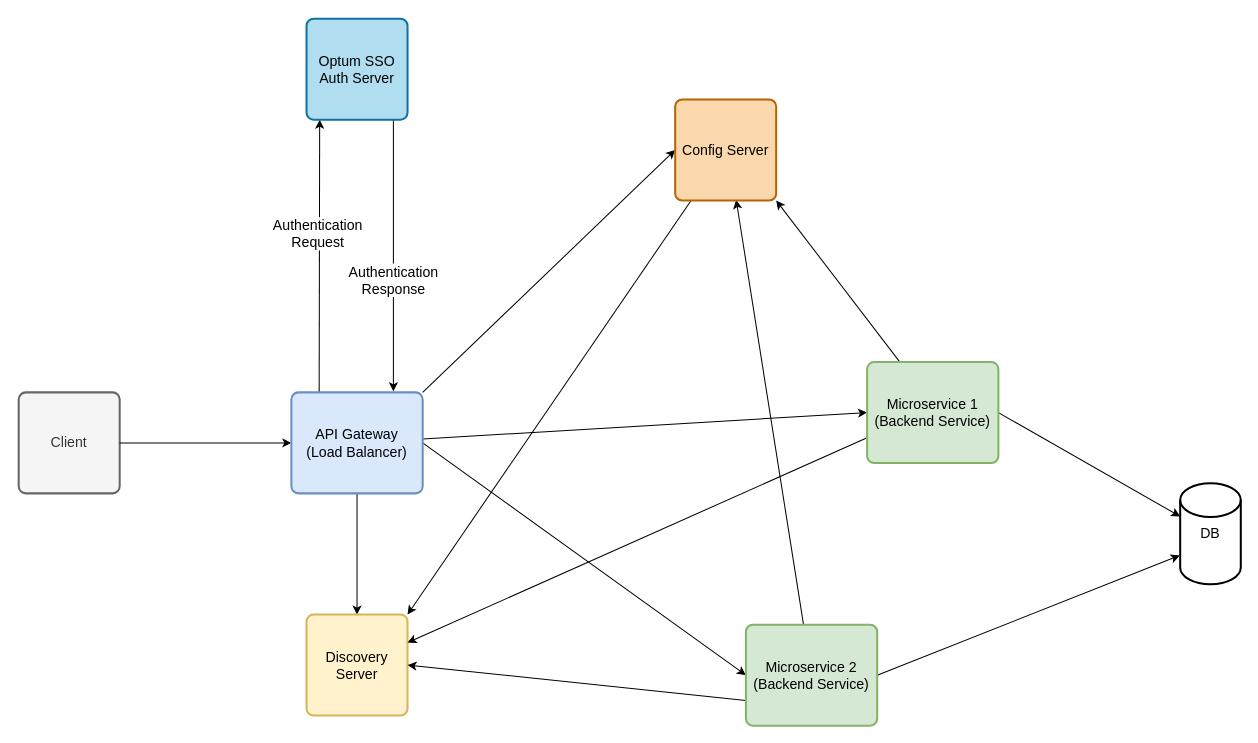
Earlier version of the draw.io diagram MicroServiceArchitecture.drawio (durgeshpatel7317/diagrams). Source tidied: cells renumbered, new cells numbered last; positions are measured from the earlier drawing's top-left corner, leaving out a move shared by most shapes. Both pictures are drawn from the tidied source at 101%, with x=0, y=0 at pixel (18, 18).
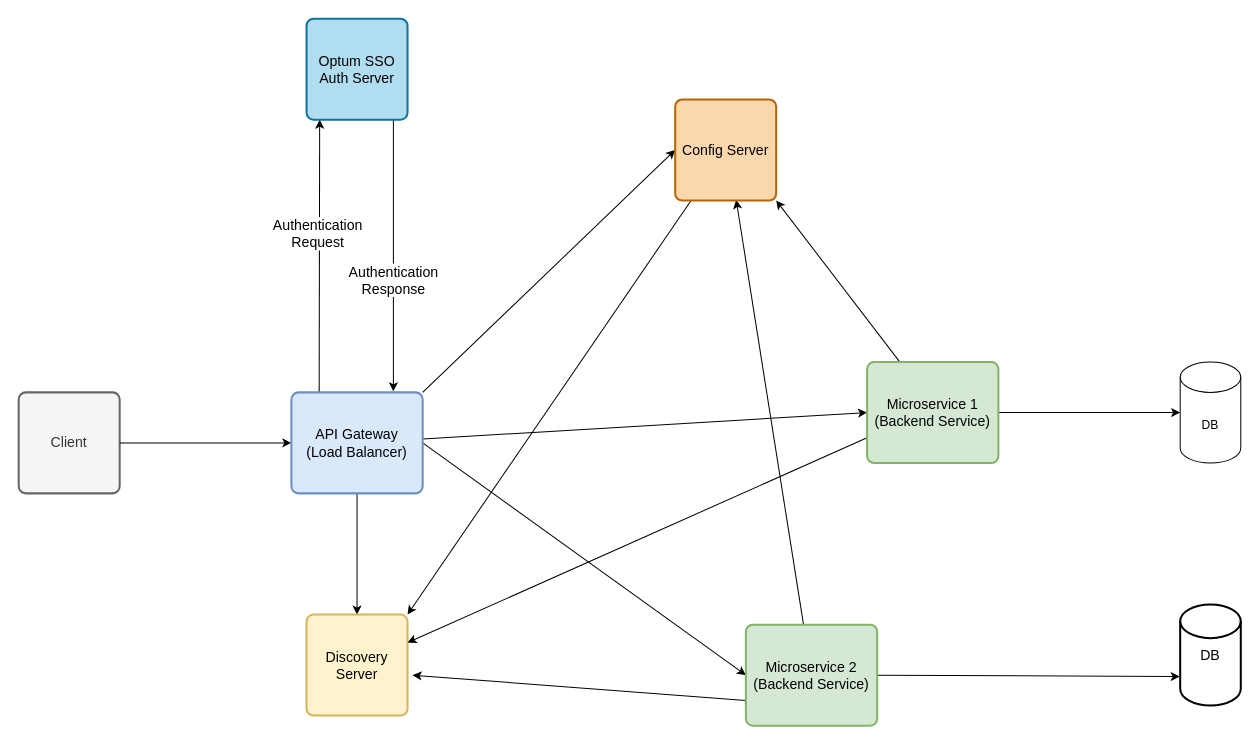
After the change.

The change refers to these unchanged cells:
```xml
<mxCell id="11" value="Discovery Server" style="rounded=1;whiteSpace=wrap;html=1;absoluteArcSize=1;arcSize=14;strokeWidth=2;fontSize=14;fillColor=#fff2cc;strokeColor=#d6b656;" parent="1" vertex="1">
  <mxGeometry x="285" y="590" width="100" height="100" as="geometry" />
</mxCell>
<mxCell id="15" value="&lt;span style=&quot;font-size: 14px;&quot;&gt;Microservice 2&lt;br&gt;(Backend Service)&lt;br&gt;&lt;/span&gt;" style="rounded=1;whiteSpace=wrap;html=1;absoluteArcSize=1;arcSize=14;strokeWidth=2;fillColor=#d5e8d4;strokeColor=#82b366;" parent="1" vertex="1">
  <mxGeometry x="720" y="600" width="130" height="100" as="geometry" />
</mxCell>
<mxCell id="19" value="&lt;span style=&quot;font-size: 14px;&quot;&gt;Microservice 1 (Backend Service)&lt;/span&gt;" style="rounded=1;whiteSpace=wrap;html=1;absoluteArcSize=1;arcSize=14;strokeWidth=2;fillColor=#d5e8d4;strokeColor=#82b366;" parent="1" vertex="1">
  <mxGeometry x="840" y="340" width="130" height="100" as="geometry" />
</mxCell>
```

Diff of the diagram source:
```diff
@@
-    <mxCell id="12" style="edgeStyle=none;rounded=0;jettySize=auto;html=1;exitX=0;exitY=0.75;exitDx=0;exitDy=0;entryX=1;entryY=0.5;entryDx=0;entryDy=0;fontSize=14;" parent="1" edge="1" source="15" target="11">
-      <mxGeometry relative="1" as="geometry" />
+    <mxCell id="12" style="edgeStyle=none;rounded=0;jettySize=auto;html=1;exitX=0;exitY=0.75;exitDx=0;exitDy=0;fontSize=14;" parent="1" edge="1" source="15">
+      <mxGeometry relative="1" as="geometry">
+        <mxPoint x="390" y="650" as="targetPoint" />
+      </mxGeometry>
     </mxCell>
@@
-    <mxCell id="17" style="edgeStyle=none;rounded=0;jettySize=auto;html=1;exitX=1;exitY=0.5;exitDx=0;exitDy=0;fontSize=14;" parent="1" edge="1" source="19" target="23">
-      <mxGeometry relative="1" as="geometry" />
+    <mxCell id="17" style="edgeStyle=none;rounded=0;jettySize=auto;html=1;exitX=1;exitY=0.5;exitDx=0;exitDy=0;fontSize=14;" parent="1" edge="1" source="19">
+      <mxGeometry relative="1" as="geometry">
+        <mxPoint x="1150" y="390" as="targetPoint" />
+      </mxGeometry>
     </mxCell>
@@
     <mxCell id="23" value="DB" style="strokeWidth=2;html=1;shape=mxgraph.flowchart.database;whiteSpace=wrap;fontSize=14;" parent="1" vertex="1">
-      <mxGeometry x="1150" y="460" width="60" height="100" as="geometry" />
+      <mxGeometry x="1150" y="580" width="60" height="100" as="geometry" />
     </mxCell>
@@
+    <mxCell id="26" value="DB" style="shape=cylinder3;whiteSpace=wrap;html=1;boundedLbl=1;backgroundOutline=1;size=15;" parent="1" vertex="1">
+      <mxGeometry x="1150" y="340" width="60" height="100" as="geometry" />
+    </mxCell>
```
